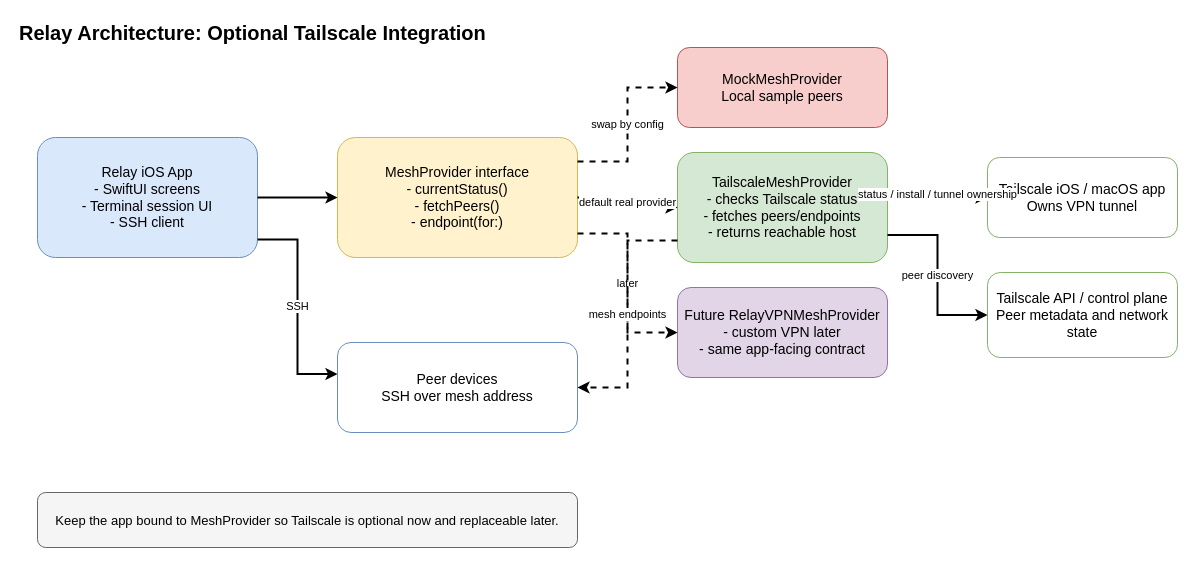
Vineet-Vinod/Relay keeps this draw.io diagram as docs/tailscale-integration-architecture.drawio. Above is the earlier version. Source tidied: cells renumbered, new cells numbered last; positions are measured from the earlier drawing's top-left corner, leaving out a move shared by most shapes. Both pictures are drawn from the tidied source at 100%, with x=0, y=0 at pixel (17, 17).
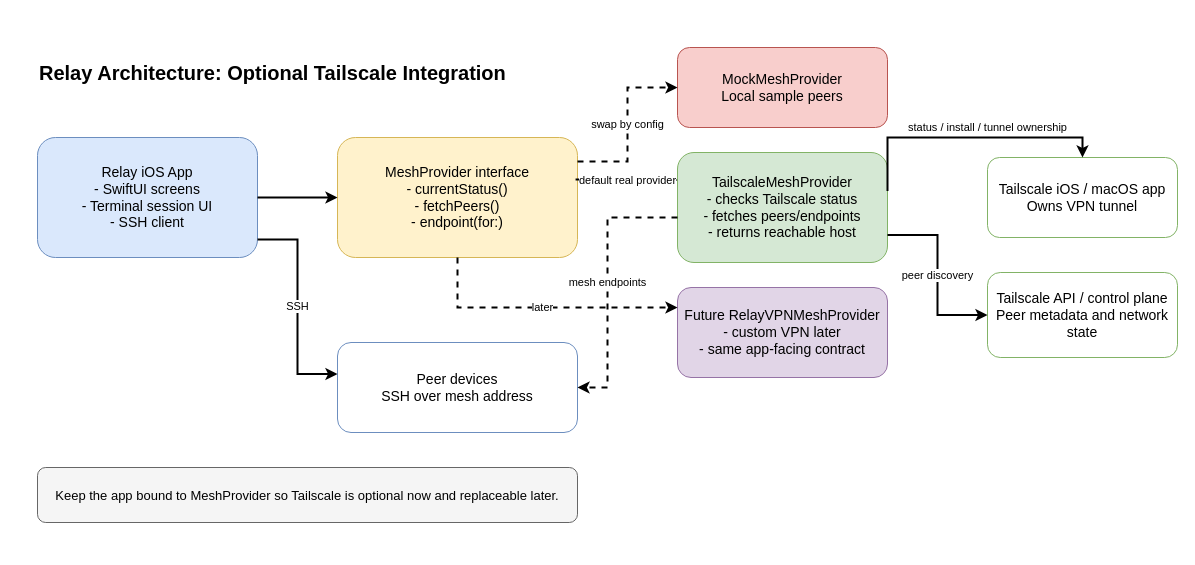
The same page after the edit.

Unchanged cells that the change refers to:
```xml
<mxCell id="4" value="MeshProvider interface&#10;- currentStatus()&#10;- fetchPeers()&#10;- endpoint(for:)" style="rounded=1;whiteSpace=wrap;html=1;fillColor=#fff2cc;strokeColor=#d6b656;fontSize=14;spacing=8;" parent="1" vertex="1">
  <mxGeometry x="320" y="120" width="240" height="120" as="geometry" />
</mxCell>
<mxCell id="6" value="TailscaleMeshProvider&#10;- checks Tailscale status&#10;- fetches peers/endpoints&#10;- returns reachable host" style="rounded=1;whiteSpace=wrap;html=1;fillColor=#d5e8d4;strokeColor=#82b366;fontSize=14;spacing=8;" parent="1" vertex="1">
  <mxGeometry x="660" y="135" width="210" height="110" as="geometry" />
</mxCell>
<mxCell id="7" value="Future RelayVPNMeshProvider&#10;- custom VPN later&#10;- same app-facing contract" style="rounded=1;whiteSpace=wrap;html=1;fillColor=#e1d5e7;strokeColor=#9673a6;fontSize=14;spacing=8;" parent="1" vertex="1">
  <mxGeometry x="660" y="270" width="210" height="90" as="geometry" />
</mxCell>
<mxCell id="8" value="Tailscale iOS / macOS app&#10;Owns VPN tunnel" style="rounded=1;whiteSpace=wrap;html=1;fillColor=#ffffff;strokeColor=#82b366;fontSize=14;spacing=8;" parent="1" vertex="1">
  <mxGeometry x="970" y="140" width="190" height="80" as="geometry" />
</mxCell>
<mxCell id="10" value="Peer devices&#10;SSH over mesh address" style="rounded=1;whiteSpace=wrap;html=1;fillColor=#ffffff;strokeColor=#6c8ebf;fontSize=14;spacing=8;" parent="1" vertex="1">
  <mxGeometry x="320" y="325" width="240" height="90" as="geometry" />
</mxCell>
```

What changed in the source:
```diff
@@
     <mxCell id="2" value="Relay Architecture: Optional Tailscale Integration" style="text;html=1;strokeColor=none;fillColor=none;align=left;verticalAlign=middle;fontSize=20;fontStyle=1;" parent="1" vertex="1">
-      <mxGeometry width="520" height="30" as="geometry" />
+      <mxGeometry x="20" y="40" width="520" height="30" as="geometry" />
     </mxCell>
@@
-    <mxCell id="13" value="default real provider" style="edgeStyle=orthogonalEdgeStyle;rounded=0;jettySize=auto;html=1;strokeWidth=2;exitX=1;exitY=0.5;exitDx=0;exitDy=0;entryX=0;entryY=0.5;entryDx=0;entryDy=0;" parent="1" edge="1" source="4" target="6">
-      <mxGeometry relative="1" as="geometry" />
+    <mxCell id="13" value="default real provider" style="edgeStyle=orthogonalEdgeStyle;rounded=0;jettySize=auto;html=1;strokeWidth=2;exitX=0.992;exitY=0.35;exitDx=0;exitDy=0;entryX=0;entryY=0.25;entryDx=0;entryDy=0;exitPerimeter=0;" parent="1" edge="1" source="4" target="6">
+      <mxGeometry x="0.01" relative="1" as="geometry" />
     </mxCell>
-    <mxCell id="14" value="later" style="edgeStyle=orthogonalEdgeStyle;rounded=0;jettySize=auto;html=1;dashed=1;strokeWidth=2;exitX=1;exitY=0.8;exitDx=0;exitDy=0;entryX=0;entryY=0.5;entryDx=0;entryDy=0;" parent="1" edge="1" source="4" target="7">
-      <mxGeometry relative="1" as="geometry" />
+    <mxCell id="14" value="later" style="edgeStyle=orthogonalEdgeStyle;rounded=0;jettySize=auto;html=1;dashed=1;strokeWidth=2;exitX=0.5;exitY=1;exitDx=0;exitDy=0;" parent="1" edge="1" source="4">
+      <mxGeometry relative="1" as="geometry">
+        <mxPoint x="660" y="290" as="targetPoint" />
+        <Array as="points">
+          <mxPoint x="440" y="290" />
+          <mxPoint x="660" y="290" />
+        </Array>
+      </mxGeometry>
     </mxCell>
@@
-    <mxCell id="16" value="status / install / tunnel ownership" style="edgeStyle=orthogonalEdgeStyle;rounded=0;jettySize=auto;html=1;strokeWidth=2;exitX=1;exitY=0.35;exitDx=0;exitDy=0;entryX=0;entryY=0.5;entryDx=0;entryDy=0;" parent="1" edge="1" source="6" target="8">
-      <mxGeometry relative="1" as="geometry" />
+    <mxCell id="16" value="status / install / tunnel ownership" style="edgeStyle=orthogonalEdgeStyle;rounded=0;jettySize=auto;html=1;strokeWidth=2;exitX=1;exitY=0.35;exitDx=0;exitDy=0;entryX=0.5;entryY=0;entryDx=0;entryDy=0;" parent="1" edge="1" source="6" target="8">
+      <mxGeometry x="0.14" y="10" relative="1" as="geometry">
+        <Array as="points">
+          <mxPoint x="870" y="120" />
+          <mxPoint x="1065" y="120" />
+        </Array>
+      </mxGeometry>
     </mxCell>
@@
-    <mxCell id="18" value="mesh endpoints" style="edgeStyle=orthogonalEdgeStyle;rounded=0;jettySize=auto;html=1;strokeWidth=2;dashed=1;exitX=0;exitY=0.8;exitDx=0;exitDy=0;entryX=1;entryY=0.5;entryDx=0;entryDy=0;" parent="1" edge="1" source="6" target="10">
-      <mxGeometry relative="1" as="geometry" />
+    <mxCell id="18" value="mesh endpoints" style="edgeStyle=orthogonalEdgeStyle;rounded=0;jettySize=auto;html=1;strokeWidth=2;dashed=1;entryX=1;entryY=0.5;entryDx=0;entryDy=0;" parent="1" edge="1" target="10">
+      <mxGeometry relative="1" as="geometry">
+        <mxPoint x="660" y="200" as="sourcePoint" />
+        <Array as="points">
+          <mxPoint x="660" y="200" />
+          <mxPoint x="590" y="200" />
+          <mxPoint x="590" y="370" />
+        </Array>
+      </mxGeometry>
     </mxCell>
     <mxCell id="19" value="Keep the app bound to MeshProvider so Tailscale is optional now and replaceable later." style="rounded=1;whiteSpace=wrap;html=1;fillColor=#f5f5f5;strokeColor=#666666;fontSize=13;spacing=8;" parent="1" vertex="1">
-      <mxGeometry x="20" y="475" width="540" height="55" as="geometry" />
+      <mxGeometry x="20" y="450" width="540" height="55" as="geometry" />
     </mxCell>
```
